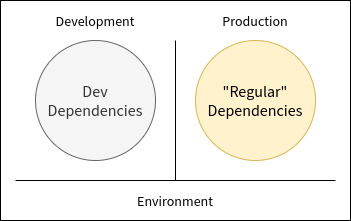
Above: dev-vs-reg-dep.png in gbroques/ose-workbench-platform-presentation (draw.io), before the change. Source tidied: cells renumbered, new cells last; positions are measured from the earlier drawing's top-left corner, leaving out a move shared by most shapes. Its diagram source:
```xml
<mxGraphModel>
  <root>
    <mxCell id="0" />
    <mxCell id="1" parent="0" />
    <mxCell id="2" style="rounded=0;whiteSpace=wrap;html=1;fontFamily=Source Sans Pro;fontSize=14;" parent="1" vertex="1">
      <mxGeometry width="350" height="220" as="geometry" />
    </mxCell>
    <mxCell id="3" value="&lt;font style=&quot;font-size: 16px&quot;&gt;Dev Dependencies&lt;/font&gt;" style="ellipse;whiteSpace=wrap;html=1;fontFamily=Source Sans Pro;fontSize=14;fillColor=#f5f5f5;strokeColor=#666666;fontColor=#333333;" parent="1" vertex="1">
      <mxGeometry x="35" y="40" width="120" height="120" as="geometry" />
    </mxCell>
    <mxCell id="4" value="&lt;font style=&quot;font-size: 16px&quot;&gt;&quot;Regular&quot; Dependencies&lt;/font&gt;" style="ellipse;whiteSpace=wrap;html=1;fontFamily=Source Sans Pro;fillColor=#fff2cc;strokeColor=#d6b656;" parent="1" vertex="1">
      <mxGeometry x="195" y="40" width="120" height="120" as="geometry" />
    </mxCell>
    <mxCell id="5" value="Development" style="text;html=1;strokeColor=none;fillColor=none;align=center;verticalAlign=middle;whiteSpace=wrap;rounded=0;fontFamily=Source Sans Pro;FType=g;fontSize=14;" parent="1" vertex="1">
      <mxGeometry x="75" y="10" width="40" height="20" as="geometry" />
    </mxCell>
    <mxCell id="6" value="Production" style="text;html=1;strokeColor=none;fillColor=none;align=center;verticalAlign=middle;whiteSpace=wrap;rounded=0;fontFamily=Source Sans Pro;fontSize=14;" parent="1" vertex="1">
      <mxGeometry x="235" y="10" width="40" height="20" as="geometry" />
    </mxCell>
    <mxCell id="7" value="Environment" style="text;html=1;strokeColor=none;fillColor=none;align=center;verticalAlign=middle;whiteSpace=wrap;rounded=0;fontFamily=Source Sans Pro;fontSize=14;" parent="1" vertex="1">
      <mxGeometry x="155" y="190" width="40" height="20" as="geometry" />
    </mxCell>
    <mxCell id="8" style="endArrow=none;html=1;" parent="1" edge="1">
      <mxGeometry relative="1" as="geometry">
        <mxPoint x="175" y="180" as="sourcePoint" />
        <mxPoint x="175" y="40" as="targetPoint" />
      </mxGeometry>
    </mxCell>
    <mxCell id="9" style="endArrow=none;html=1;" parent="1" edge="1">
      <mxGeometry relative="1" as="geometry">
        <mxPoint x="15" y="180" as="sourcePoint" />
        <mxPoint x="335" y="180" as="targetPoint" />
      </mxGeometry>
    </mxCell>
  </root>
</mxGraphModel>
```
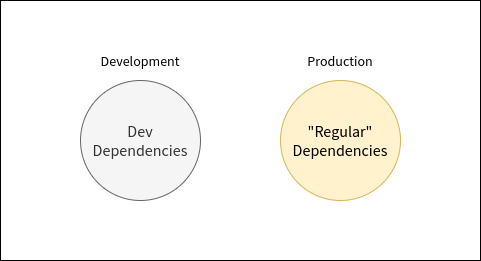
After the change.

The edit, as a diff of the source:
```diff
@@ -2,35 +2,20 @@
   <root>
     <mxCell id="0" />
     <mxCell id="1" parent="0" />
-    <mxCell id="2" style="rounded=0;whiteSpace=wrap;html=1;fontFamily=Source Sans Pro;fontSize=14;" parent="1" vertex="1">
-      <mxGeometry width="350" height="220" as="geometry" />
-    </mxCell>
+    <mxCell id="10" style="rounded=0;whiteSpace=wrap;html=1;fontFamily=Source Sans Pro;fontSize=14;" parent="1" vertex="1">
+      <mxGeometry x="-65" y="-40" width="480" height="260" as="geometry" />
+    </mxCell>
     <mxCell id="3" value="&lt;font style=&quot;font-size: 16px&quot;&gt;Dev Dependencies&lt;/font&gt;" style="ellipse;whiteSpace=wrap;html=1;fontFamily=Source Sans Pro;fontSize=14;fillColor=#f5f5f5;strokeColor=#666666;fontColor=#333333;" parent="1" vertex="1">
-      <mxGeometry x="35" y="40" width="120" height="120" as="geometry" />
+      <mxGeometry x="15" y="40" width="120" height="120" as="geometry" />
     </mxCell>
     <mxCell id="4" value="&lt;font style=&quot;font-size: 16px&quot;&gt;&quot;Regular&quot; Dependencies&lt;/font&gt;" style="ellipse;whiteSpace=wrap;html=1;fontFamily=Source Sans Pro;fillColor=#fff2cc;strokeColor=#d6b656;" parent="1" vertex="1">
-      <mxGeometry x="195" y="40" width="120" height="120" as="geometry" />
+      <mxGeometry x="215" y="40" width="120" height="120" as="geometry" />
     </mxCell>
     <mxCell id="5" value="Development" style="text;html=1;strokeColor=none;fillColor=none;align=center;verticalAlign=middle;whiteSpace=wrap;rounded=0;fontFamily=Source Sans Pro;FType=g;fontSize=14;" parent="1" vertex="1">
-      <mxGeometry x="75" y="10" width="40" height="20" as="geometry" />
+      <mxGeometry x="55" y="10" width="40" height="20" as="geometry" />
     </mxCell>
     <mxCell id="6" value="Production" style="text;html=1;strokeColor=none;fillColor=none;align=center;verticalAlign=middle;whiteSpace=wrap;rounded=0;fontFamily=Source Sans Pro;fontSize=14;" parent="1" vertex="1">
-      <mxGeometry x="235" y="10" width="40" height="20" as="geometry" />
+      <mxGeometry x="255" y="10" width="40" height="20" as="geometry" />
     </mxCell>
-    <mxCell id="7" value="Environment" style="text;html=1;strokeColor=none;fillColor=none;align=center;verticalAlign=middle;whiteSpace=wrap;rounded=0;fontFamily=Source Sans Pro;fontSize=14;" parent="1" vertex="1">
-      <mxGeometry x="155" y="190" width="40" height="20" as="geometry" />
-    </mxCell>
-    <mxCell id="8" style="endArrow=none;html=1;" parent="1" edge="1">
-      <mxGeometry relative="1" as="geometry">
-        <mxPoint x="175" y="180" as="sourcePoint" />
-        <mxPoint x="175" y="40" as="targetPoint" />
-      </mxGeometry>
-    </mxCell>
-    <mxCell id="9" style="endArrow=none;html=1;" parent="1" edge="1">
-      <mxGeometry relative="1" as="geometry">
-        <mxPoint x="15" y="180" as="sourcePoint" />
-        <mxPoint x="335" y="180" as="targetPoint" />
-      </mxGeometry>
-    </mxCell>
   </root>
 </mxGraphModel>
```
